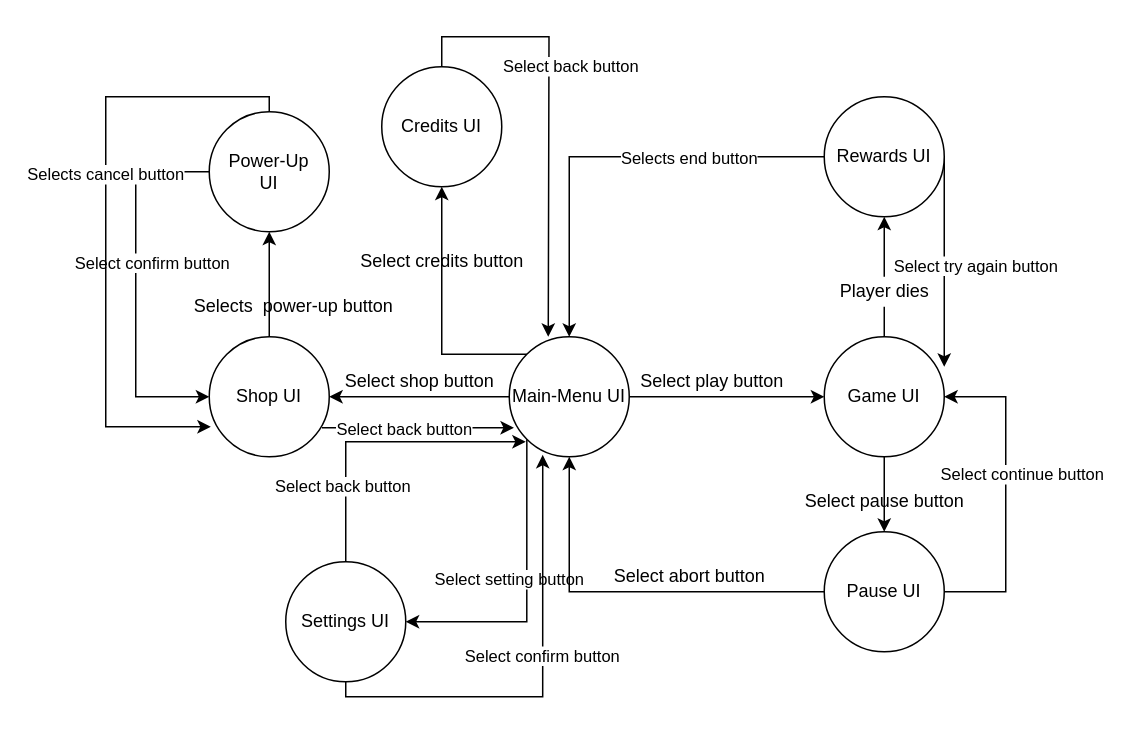
zixinglin07/cz3002_teamsportz keeps this draw.io diagram as Lab 2 Submissions/SPORTZ_StateTransitionDiagram1.drawio. Above is the earlier version. Source tidied: cells renumbered, new cells numbered last; positions are measured from the earlier drawing's top-left corner, leaving out a move shared by most shapes. Both pictures are drawn from the tidied source at 150%, with x=0, y=0 at pixel (105, 66).
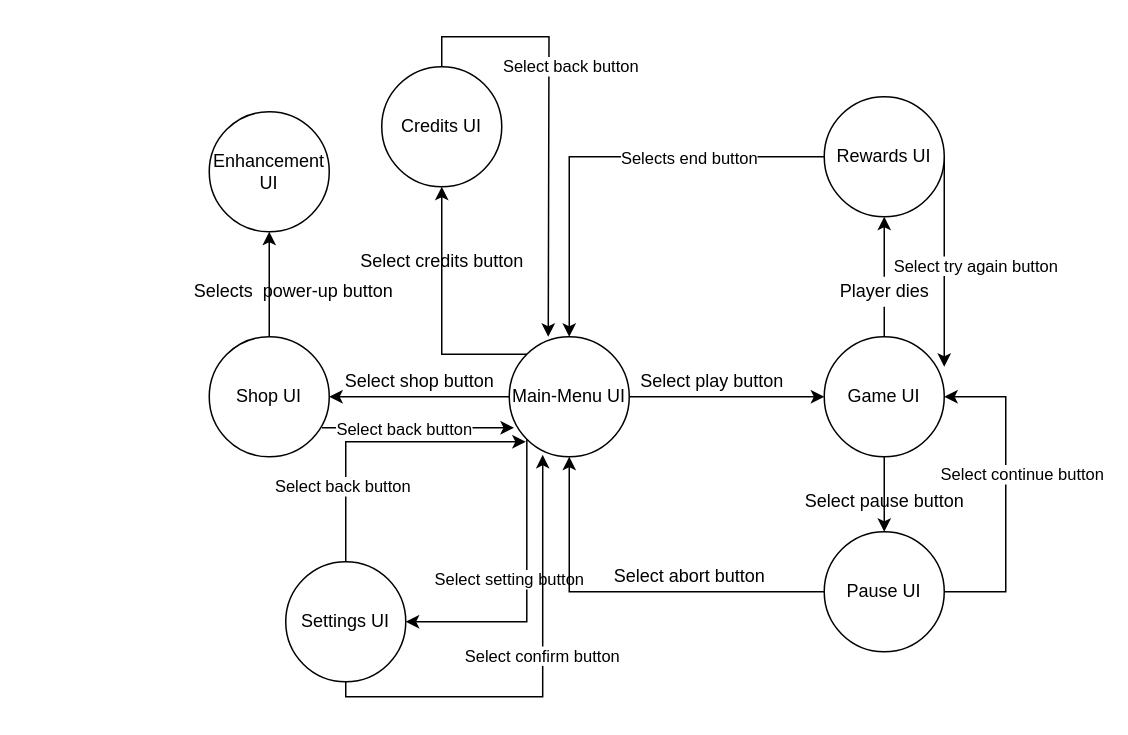
Above is the later version.

Commit message:
Updated state transition diagram

Updated state transition diagram

The change refers to these unchanged cells:
```xml
<mxCell id="28" value="Shop UI" style="ellipse;whiteSpace=wrap;html=1;" parent="1" vertex="1">
  <mxGeometry x="69" y="180" width="80" height="80" as="geometry" />
</mxCell>
```

The edit, as a diff of the source:
```diff
@@
-    <mxCell id="30" style="edgeStyle=orthogonalEdgeStyle;rounded=0;jettySize=auto;html=1;entryX=0;entryY=0.5;entryDx=0;entryDy=0;" parent="1" edge="1" source="34" target="28">
-      <mxGeometry relative="1" as="geometry">
-        <Array as="points">
-          <mxPoint x="20" y="70" />
-          <mxPoint x="20" y="220" />
-        </Array>
-      </mxGeometry>
-    </mxCell>
-    <mxCell id="31" value="Select confirm button" style="edgeLabel;html=1;align=center;verticalAlign=middle;" parent="30" vertex="1">
-      <mxGeometry x="-0.21" y="-3" relative="1" as="geometry">
-        <mxPoint x="13" y="11" as="offset" />
-      </mxGeometry>
-    </mxCell>
-    <mxCell id="32" style="edgeStyle=orthogonalEdgeStyle;rounded=0;jettySize=auto;html=1;entryX=0.013;entryY=0.75;entryDx=0;entryDy=0;entryPerimeter=0;" parent="1" edge="1" source="34" target="28">
-      <mxGeometry relative="1" as="geometry">
-        <Array as="points">
-          <mxPoint x="109" y="20" />
-          <mxPoint y="20" />
-          <mxPoint y="240" />
-        </Array>
-      </mxGeometry>
-    </mxCell>
-    <mxCell id="33" value="Selects cancel button" style="edgeLabel;html=1;align=center;verticalAlign=middle;" parent="32" vertex="1">
-      <mxGeometry x="-0.17" y="-1" relative="1" as="geometry" />
-    </mxCell>
-    <mxCell id="34" value="Power-Up&lt;br&gt;UI" style="ellipse;whiteSpace=wrap;html=1;" parent="1" vertex="1">
+    <mxCell id="34" value="Enhancement&lt;br&gt;UI" style="ellipse;whiteSpace=wrap;html=1;" parent="1" vertex="1">
       <mxGeometry x="69" y="30" width="80" height="80" as="geometry" />
     </mxCell>
     <mxCell id="35" value="Selects&amp;nbsp; power-up button" style="text;html=1;align=center;verticalAlign=middle;strokeColor=none;fillColor=none;" parent="1" vertex="1">
-      <mxGeometry x="50" y="150" width="150" height="20" as="geometry" />
+      <mxGeometry x="50" y="140" width="150" height="20" as="geometry" />
     </mxCell>
```
